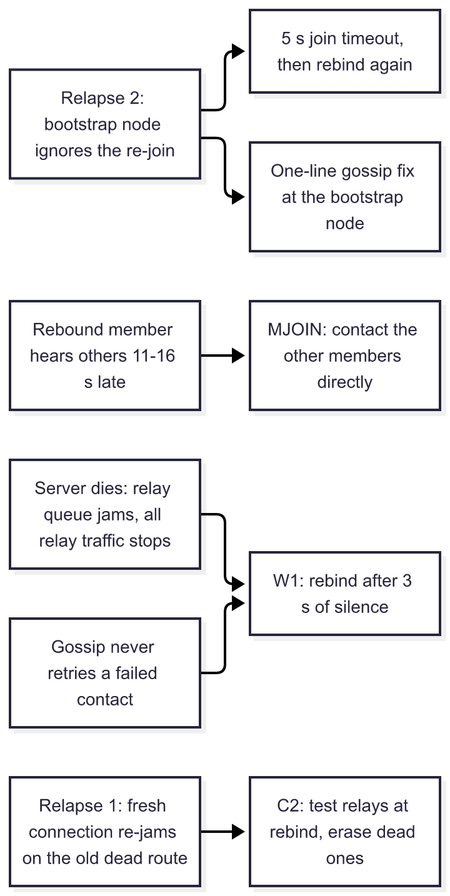
Above: research/stack/showcase/diagram-1.png in the-agents-of-anarchy/marketplace (Mermaid), before the change. Its source is kept beside it as research/stack/showcase/diagram-1.mmd. The source it was exported from:
```mermaid
flowchart LR
    F1["Server dies: relay queue jams, all relay traffic stops"] --> W1["W1: rebind after 3 s of silence"]
    F2["Relapse 1: fresh connection re-jams on the old dead route"] --> C2["C2: test relays at rebind, erase dead ones"]
    F3["Relapse 2: bootstrap node ignores the re-join"] --> JT["5 s join timeout, then rebind again"]
    F3 --> OJ["One-line gossip fix at the bootstrap node"]
    F4["Rebound member hears others 11-16 s late"] --> MJ["MJOIN: contact the other members directly"]
    F5["Gossip never retries a failed contact"] --> W1
```
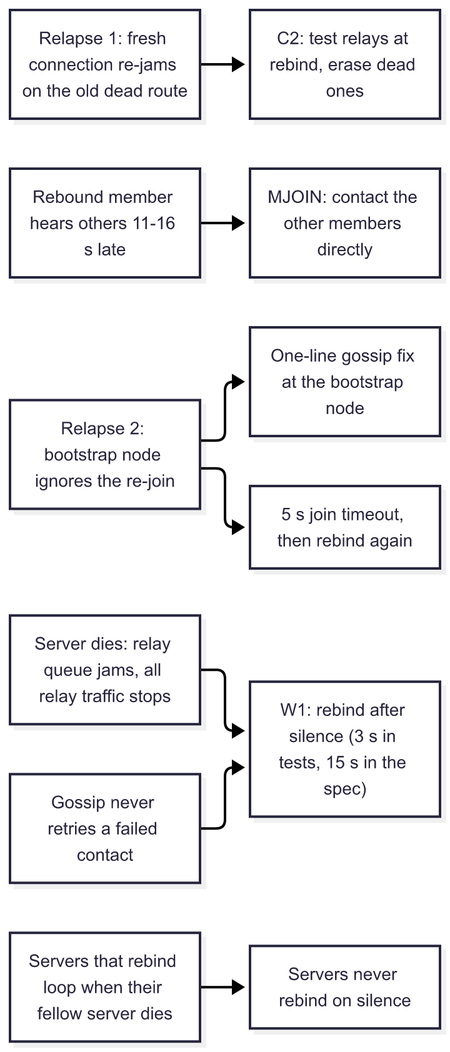
The same diagram one commit later.

What changed in the source:
```diff
@@ -1,7 +1,8 @@
 flowchart LR
-    F1["Server dies: relay queue jams, all relay traffic stops"] --> W1["W1: rebind after 3 s of silence"]
+    F1["Server dies: relay queue jams, all relay traffic stops"] --> W1["W1: rebind after silence (3 s in tests, 15 s in the spec)"]
     F2["Relapse 1: fresh connection re-jams on the old dead route"] --> C2["C2: test relays at rebind, erase dead ones"]
     F3["Relapse 2: bootstrap node ignores the re-join"] --> JT["5 s join timeout, then rebind again"]
     F3 --> OJ["One-line gossip fix at the bootstrap node"]
     F4["Rebound member hears others 11-16 s late"] --> MJ["MJOIN: contact the other members directly"]
     F5["Gossip never retries a failed contact"] --> W1
+    F6["Servers that rebind loop when their fellow server dies"] --> HN["Servers never rebind on silence"]
```
